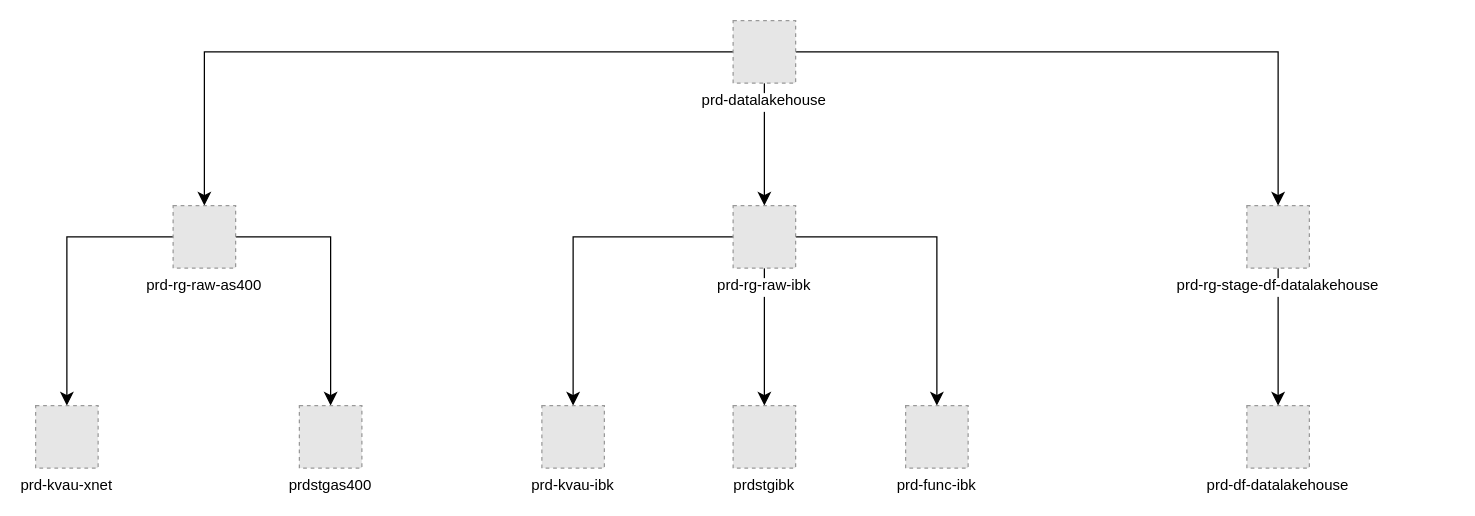
Earlier version of the draw.io diagram page "prd-datalakehouse" (3 of 5) of Arquitectura Azure.drawio (jcdiazz/Diagramas). Source tidied: cells renumbered, new cells numbered last; positions are measured from the earlier drawing's top-left corner, leaving out a move shared by most shapes. Both pictures are drawn from the tidied source at 125%, with x=0, y=0 at pixel (35, 20). Pictures stored in the file or linked from it are replaced by grey dashed boxes.
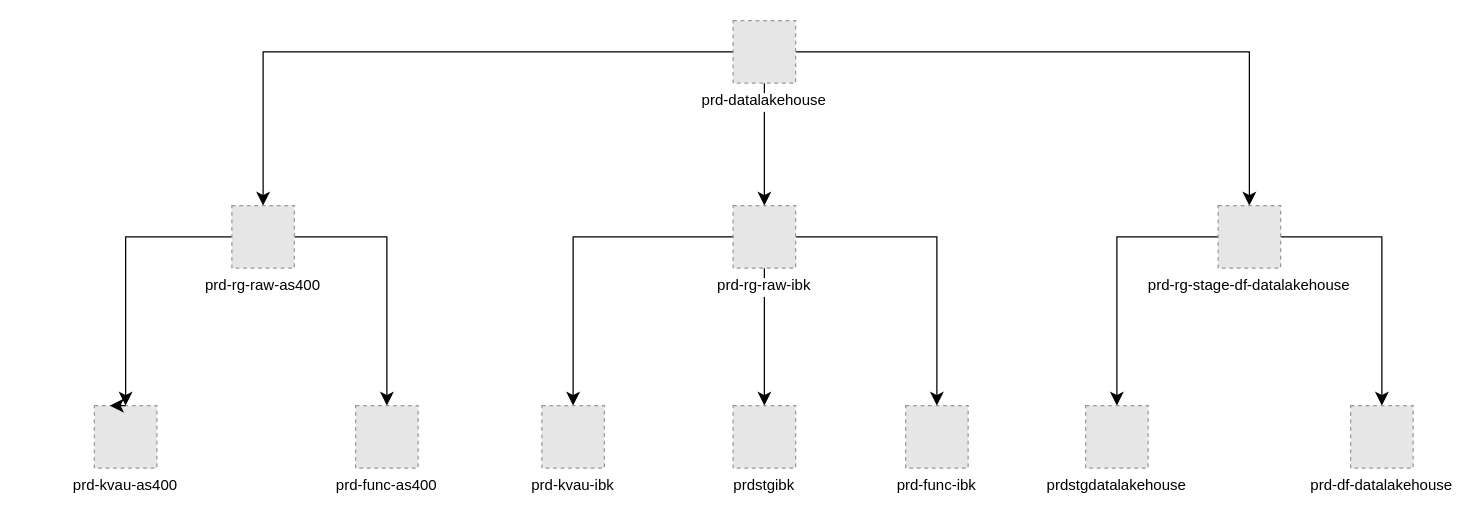
The same page after the edit.

Diff of the diagram source:
```diff
@@
-    <mxCell id="10" style="edgeStyle=orthogonalEdgeStyle;rounded=0;jettySize=auto;html=1;fontSize=12;startSize=8;endSize=8;" parent="1" edge="1" source="12" target="13">
-      <mxGeometry relative="1" as="geometry" />
-    </mxCell>
-    <mxCell id="11" style="edgeStyle=orthogonalEdgeStyle;rounded=0;jettySize=auto;html=1;entryX=0.5;entryY=0;entryDx=0;entryDy=0;fontSize=12;startSize=8;endSize=8;" parent="1" edge="1" source="12" target="17">
-      <mxGeometry relative="1" as="geometry" />
-    </mxCell>
+    <mxCell id="21" style="edgeStyle=orthogonalEdgeStyle;rounded=0;jettySize=auto;html=1;fontSize=12;startSize=8;endSize=8;" parent="1" edge="1" source="12" target="26">
+      <mxGeometry relative="1" as="geometry" />
+    </mxCell>
+    <mxCell id="22" style="edgeStyle=orthogonalEdgeStyle;rounded=0;jettySize=auto;html=1;entryX=0.5;entryY=0;entryDx=0;entryDy=0;fontSize=12;startSize=8;endSize=8;" parent="1" edge="1" source="12" target="24">
+      <mxGeometry relative="1" as="geometry" />
+    </mxCell>
     <mxCell id="12" value="prd-rg-raw-as400" style="fillColor=#E6E6E6;strokeColor=#999999;dashed=1;verticalLabelPosition=bottom;labelBackgroundColor=default;verticalAlign=top;rotation=0;" parent="1" vertex="1">
-      <mxGeometry x="110" y="148" width="50" height="50" as="geometry" />
+      <mxGeometry x="157" y="148" width="50" height="50" as="geometry" />
     </mxCell>
-    <mxCell id="13" value="prdstgas400" style="fillColor=#E6E6E6;strokeColor=#999999;dashed=1;verticalLabelPosition=bottom;labelBackgroundColor=default;verticalAlign=top;rotation=0;" parent="1" vertex="1">
-      <mxGeometry x="211" y="308" width="50" height="50" as="geometry" />
-    </mxCell>
-    <mxCell id="14" style="edgeStyle=none;curved=1;rounded=0;jettySize=auto;html=1;entryX=0.5;entryY=0;entryDx=0;entryDy=0;fontSize=12;startSize=8;endSize=8;" parent="1" edge="1" source="15" target="16">
+    <mxCell id="14" style="edgeStyle=orthogonalEdgeStyle;rounded=0;jettySize=auto;html=1;entryX=0.5;entryY=0;entryDx=0;entryDy=0;fontSize=12;startSize=8;endSize=8;" parent="1" edge="1" source="15" target="16">
       <mxGeometry relative="1" as="geometry" />
     </mxCell>
+    <mxCell id="23" style="edgeStyle=orthogonalEdgeStyle;rounded=0;jettySize=auto;html=1;entryX=0.5;entryY=0;entryDx=0;entryDy=0;fontSize=12;startSize=8;endSize=8;" parent="1" edge="1" source="15" target="27">
+      <mxGeometry relative="1" as="geometry" />
+    </mxCell>
     <mxCell id="15" value="prd-rg-stage-df-datalakehouse" style="fillColor=#E6E6E6;strokeColor=#999999;dashed=1;verticalLabelPosition=bottom;labelBackgroundColor=default;verticalAlign=top;rotation=0;" parent="1" vertex="1">
-      <mxGeometry x="969" y="148" width="50" height="50" as="geometry" />
+      <mxGeometry x="946" y="148" width="50" height="50" as="geometry" />
     </mxCell>
     <mxCell id="16" value="prd-df-datalakehouse" style="fillColor=#E6E6E6;strokeColor=#999999;dashed=1;verticalLabelPosition=bottom;labelBackgroundColor=default;verticalAlign=top;rotation=0;" parent="1" vertex="1">
-      <mxGeometry x="969" y="308" width="50" height="50" as="geometry" />
+      <mxGeometry x="1052" y="308" width="50" height="50" as="geometry" />
     </mxCell>
-    <mxCell id="17" value="prd-kvau-xnet" style="fillColor=#E6E6E6;strokeColor=#999999;dashed=1;verticalLabelPosition=bottom;labelBackgroundColor=default;verticalAlign=top;rotation=0;" parent="1" vertex="1">
-      <mxGeometry y="308" width="50" height="50" as="geometry" />
-    </mxCell>
+    <mxCell id="24" value="prd-kvau-as400" style="fillColor=#E6E6E6;strokeColor=#999999;dashed=1;verticalLabelPosition=bottom;labelBackgroundColor=default;verticalAlign=top;rotation=0;" parent="1" vertex="1">
+      <mxGeometry x="47" y="308" width="50" height="50" as="geometry" />
+    </mxCell>
@@
+    <mxCell id="25" style="edgeStyle=none;curved=1;rounded=0;orthogonalLoop=1;jettySize=auto;html=1;exitX=0.5;exitY=0;exitDx=0;exitDy=0;entryX=0.25;entryY=0;entryDx=0;entryDy=0;fontSize=12;startSize=8;endSize=8;" parent="1" edge="1" source="24" target="24">
+      <mxGeometry relative="1" as="geometry" />
+    </mxCell>
+    <mxCell id="26" value="prd-func-as400" style="fillColor=#E6E6E6;strokeColor=#999999;dashed=1;verticalLabelPosition=bottom;labelBackgroundColor=default;verticalAlign=top;rotation=0;" parent="1" vertex="1">
+      <mxGeometry x="256" y="308" width="50" height="50" as="geometry" />
+    </mxCell>
+    <mxCell id="27" value="prdstgdatalakehouse" style="fillColor=#E6E6E6;strokeColor=#999999;dashed=1;verticalLabelPosition=bottom;labelBackgroundColor=default;verticalAlign=top;rotation=0;" parent="1" vertex="1">
+      <mxGeometry x="840" y="308" width="50" height="50" as="geometry" />
+    </mxCell>
```
